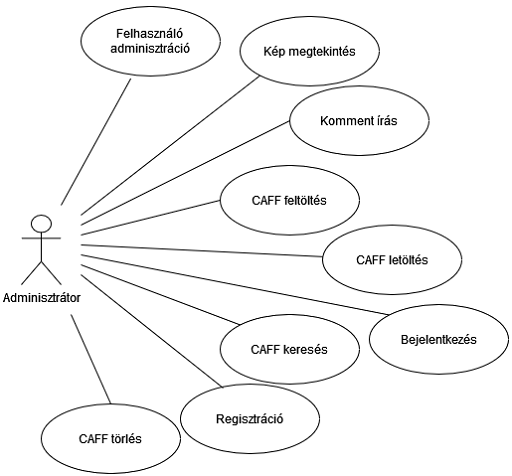
Earlier version of the draw.io export Pictures/AdminUseCase.png (Patrickito/TeamF). Source tidied: cells renumbered, new cells last; positions are measured from the earlier drawing's top-left corner, leaving out a move shared by most shapes.
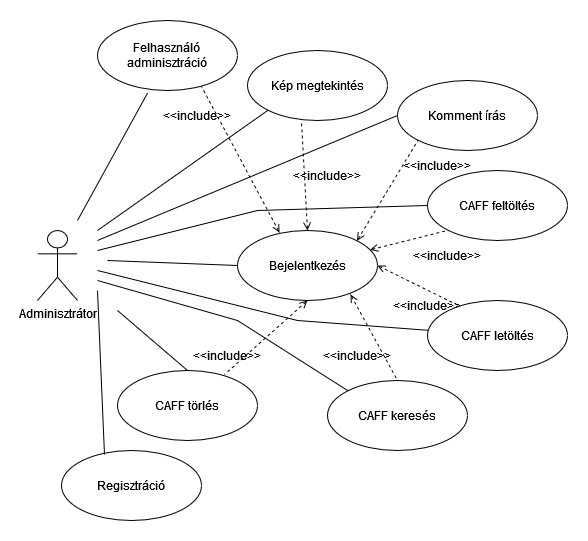
After the change.

Commit message:
fixing diagram placement

Diff of the diagram source:
```diff
@@ -6,25 +6,25 @@
       <mxGeometry y="210" width="40" height="70" as="geometry" />
     </mxCell>
     <mxCell id="3" value="Kép megtekintés" style="ellipse;whiteSpace=wrap;html=1;" parent="1" vertex="1">
-      <mxGeometry x="220" y="10" width="140" height="70" as="geometry" />
+      <mxGeometry x="210" y="30" width="140" height="70" as="geometry" />
     </mxCell>
     <mxCell id="4" value="Komment írás" style="ellipse;whiteSpace=wrap;html=1;" parent="1" vertex="1">
-      <mxGeometry x="270" y="80" width="140" height="70" as="geometry" />
+      <mxGeometry x="360" y="60" width="140" height="70" as="geometry" />
     </mxCell>
     <mxCell id="5" value="CAFF feltöltés" style="ellipse;whiteSpace=wrap;html=1;" parent="1" vertex="1">
-      <mxGeometry x="200" y="160" width="140" height="70" as="geometry" />
+      <mxGeometry x="390" y="150" width="140" height="70" as="geometry" />
     </mxCell>
     <mxCell id="6" value="CAFF letöltés" style="ellipse;whiteSpace=wrap;html=1;" parent="1" vertex="1">
-      <mxGeometry x="303" y="220" width="140" height="70" as="geometry" />
+      <mxGeometry x="390" y="280" width="140" height="70" as="geometry" />
     </mxCell>
     <mxCell id="7" value="CAFF keresés" style="ellipse;whiteSpace=wrap;html=1;" parent="1" vertex="1">
-      <mxGeometry x="200" y="310" width="140" height="70" as="geometry" />
+      <mxGeometry x="290" y="360" width="140" height="70" as="geometry" />
     </mxCell>
     <mxCell id="8" value="Bejelentkezés" style="ellipse;whiteSpace=wrap;html=1;" parent="1" vertex="1">
-      <mxGeometry x="350" y="300" width="140" height="70" as="geometry" />
+      <mxGeometry x="200" y="210" width="140" height="70" as="geometry" />
     </mxCell>
     <mxCell id="9" value="Regisztráció" style="ellipse;whiteSpace=wrap;html=1;" parent="1" vertex="1">
-      <mxGeometry x="160" y="380" width="140" height="70" as="geometry" />
+      <mxGeometry x="24" y="430" width="140" height="70" as="geometry" />
     </mxCell>
     <mxCell id="10" style="endArrow=none;html=1;rounded=0;exitX=0;exitY=1;exitDx=0;exitDy=0;" parent="1" edge="1" source="3">
       <mxGeometry relative="1" as="geometry">
@@ -39,21 +39,30 @@
     <mxCell id="12" style="endArrow=none;html=1;rounded=0;exitX=0;exitY=0.5;exitDx=0;exitDy=0;" parent="1" edge="1" source="5">
       <mxGeometry relative="1" as="geometry">
         <mxPoint x="60" y="230" as="targetPoint" />
+        <Array as="points">
+          <mxPoint x="220" y="190" />
+        </Array>
       </mxGeometry>
     </mxCell>
     <mxCell id="13" style="endArrow=none;html=1;rounded=0;" parent="1" edge="1" source="6">
       <mxGeometry relative="1" as="geometry">
-        <mxPoint x="60" y="240" as="targetPoint" />
+        <mxPoint x="60" y="250" as="targetPoint" />
+        <Array as="points">
+          <mxPoint x="260" y="300" />
+        </Array>
       </mxGeometry>
     </mxCell>
-    <mxCell id="14" style="endArrow=none;html=1;rounded=0;exitX=0;exitY=0;exitDx=0;exitDy=0;" parent="1" edge="1" source="8">
+    <mxCell id="14" style="endArrow=none;html=1;rounded=0;exitX=0;exitY=0.5;exitDx=0;exitDy=0;" parent="1" edge="1" source="8">
       <mxGeometry relative="1" as="geometry">
-        <mxPoint x="60" y="250" as="targetPoint" />
+        <mxPoint x="70" y="240" as="targetPoint" />
       </mxGeometry>
     </mxCell>
     <mxCell id="15" style="endArrow=none;html=1;rounded=0;exitX=0;exitY=0;exitDx=0;exitDy=0;" parent="1" edge="1" source="7">
       <mxGeometry relative="1" as="geometry">
         <mxPoint x="60" y="260" as="targetPoint" />
+        <Array as="points">
+          <mxPoint x="200" y="300" />
+        </Array>
       </mxGeometry>
     </mxCell>
     <mxCell id="16" style="endArrow=none;html=1;rounded=0;exitX=0.307;exitY=0.057;exitDx=0;exitDy=0;exitPerimeter=0;" parent="1" edge="1" source="9">
@@ -70,12 +79,54 @@
       </mxGeometry>
     </mxCell>
     <mxCell id="19" value="CAFF törlés" style="ellipse;whiteSpace=wrap;html=1;" parent="1" vertex="1">
-      <mxGeometry x="20" y="400" width="140" height="70" as="geometry" />
+      <mxGeometry x="80" y="350" width="140" height="70" as="geometry" />
     </mxCell>
     <mxCell id="20" style="endArrow=none;html=1;rounded=0;exitX=0.5;exitY=0;exitDx=0;exitDy=0;" parent="1" edge="1" source="19">
       <mxGeometry relative="1" as="geometry">
-        <mxPoint x="50" y="310" as="targetPoint" />
+        <mxPoint x="80" y="290" as="targetPoint" />
       </mxGeometry>
     </mxCell>
+    <mxCell id="21" style="endArrow=none;dashed=1;html=1;rounded=0;entryX=0;entryY=1;entryDx=0;entryDy=0;exitX=1;exitY=0;exitDx=0;exitDy=0;startArrow=open;startFill=0;" parent="1" edge="1" source="8" target="4">
+      <mxGeometry relative="1" as="geometry" />
+    </mxCell>
+    <mxCell id="22" style="endArrow=none;dashed=1;html=1;rounded=0;entryX=0;entryY=1;entryDx=0;entryDy=0;startArrow=open;startFill=0;" parent="1" edge="1" source="8" target="5">
+      <mxGeometry relative="1" as="geometry" />
+    </mxCell>
+    <mxCell id="23" style="endArrow=none;dashed=1;html=1;rounded=0;entryX=0.221;entryY=0.071;entryDx=0;entryDy=0;exitX=1;exitY=0.5;exitDx=0;exitDy=0;startArrow=open;startFill=0;entryPerimeter=0;" parent="1" edge="1" source="8" target="6">
+      <mxGeometry relative="1" as="geometry" />
+    </mxCell>
+    <mxCell id="24" style="endArrow=none;dashed=1;html=1;rounded=0;entryX=0.5;entryY=0;entryDx=0;entryDy=0;exitX=0.807;exitY=0.914;exitDx=0;exitDy=0;startArrow=open;startFill=0;exitPerimeter=0;" parent="1" edge="1" source="8" target="7">
+      <mxGeometry relative="1" as="geometry" />
+    </mxCell>
+    <mxCell id="25" style="endArrow=none;dashed=1;html=1;rounded=0;entryX=0.386;entryY=1.043;entryDx=0;entryDy=0;exitX=0.5;exitY=0;exitDx=0;exitDy=0;startArrow=open;startFill=0;entryPerimeter=0;" parent="1" edge="1" source="8" target="3">
+      <mxGeometry relative="1" as="geometry" />
+    </mxCell>
+    <mxCell id="26" style="endArrow=none;dashed=1;html=1;rounded=0;entryX=0.743;entryY=0.943;entryDx=0;entryDy=0;startArrow=open;startFill=0;entryPerimeter=0;exitX=0.3;exitY=0.029;exitDx=0;exitDy=0;exitPerimeter=0;" parent="1" edge="1" source="8" target="17">
+      <mxGeometry relative="1" as="geometry" />
+    </mxCell>
+    <mxCell id="27" style="endArrow=none;dashed=1;html=1;rounded=0;entryX=0.764;entryY=0.057;entryDx=0;entryDy=0;exitX=0.5;exitY=1;exitDx=0;exitDy=0;startArrow=open;startFill=0;entryPerimeter=0;" parent="1" edge="1" source="8" target="19">
+      <mxGeometry relative="1" as="geometry" />
+    </mxCell>
+    <mxCell id="28" value="&amp;lt;&amp;lt;include&amp;gt;&amp;gt;" style="text;html=1;strokeColor=none;fillColor=none;align=center;verticalAlign=middle;whiteSpace=wrap;rounded=0;" parent="1" vertex="1">
+      <mxGeometry x="130" y="80" width="60" height="30" as="geometry" />
+    </mxCell>
+    <mxCell id="29" value="&amp;lt;&amp;lt;include&amp;gt;&amp;gt;" style="text;html=1;strokeColor=none;fillColor=none;align=center;verticalAlign=middle;whiteSpace=wrap;rounded=0;" parent="1" vertex="1">
+      <mxGeometry x="260" y="140" width="60" height="30" as="geometry" />
+    </mxCell>
+    <mxCell id="30" value="&amp;lt;&amp;lt;include&amp;gt;&amp;gt;" style="text;html=1;strokeColor=none;fillColor=none;align=center;verticalAlign=middle;whiteSpace=wrap;rounded=0;" parent="1" vertex="1">
+      <mxGeometry x="370" y="130" width="60" height="30" as="geometry" />
+    </mxCell>
+    <mxCell id="31" value="&amp;lt;&amp;lt;include&amp;gt;&amp;gt;" style="text;html=1;strokeColor=none;fillColor=none;align=center;verticalAlign=middle;whiteSpace=wrap;rounded=0;" parent="1" vertex="1">
+      <mxGeometry x="380" y="220" width="60" height="30" as="geometry" />
+    </mxCell>
+    <mxCell id="32" value="&amp;lt;&amp;lt;include&amp;gt;&amp;gt;" style="text;html=1;strokeColor=none;fillColor=none;align=center;verticalAlign=middle;whiteSpace=wrap;rounded=0;" parent="1" vertex="1">
+      <mxGeometry x="360" y="270" width="60" height="30" as="geometry" />
+    </mxCell>
+    <mxCell id="33" value="&amp;lt;&amp;lt;include&amp;gt;&amp;gt;" style="text;html=1;strokeColor=none;fillColor=none;align=center;verticalAlign=middle;whiteSpace=wrap;rounded=0;" parent="1" vertex="1">
+      <mxGeometry x="290" y="320" width="60" height="30" as="geometry" />
+    </mxCell>
+    <mxCell id="34" value="&amp;lt;&amp;lt;include&amp;gt;&amp;gt;" style="text;html=1;strokeColor=none;fillColor=none;align=center;verticalAlign=middle;whiteSpace=wrap;rounded=0;" parent="1" vertex="1">
+      <mxGeometry x="160" y="320" width="60" height="30" as="geometry" />
+    </mxCell>
   </root>
 </mxGraphModel>
```
